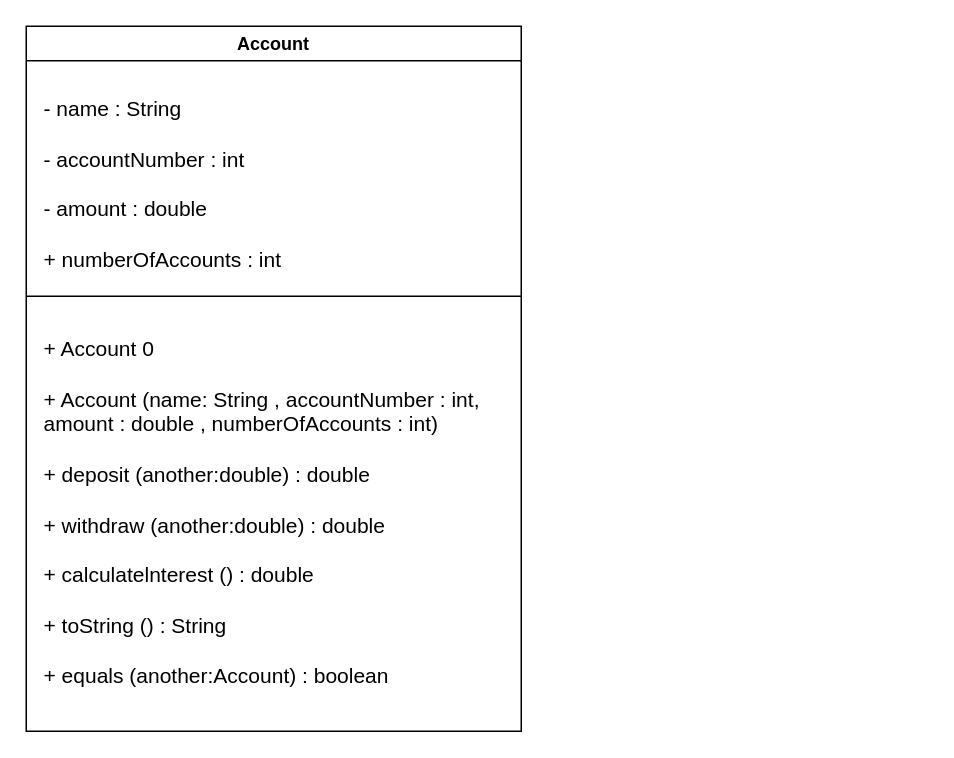
The draw.io diagram drawio/lab7.drawio in iAloudat/GitStart, before the edit. Source tidied: cells renumbered, new cells numbered last; positions are measured from the earlier drawing's top-left corner, leaving out a move shared by most shapes. Both pictures are drawn from the tidied source at 150%, with x=0, y=0 at pixel (26, 26).
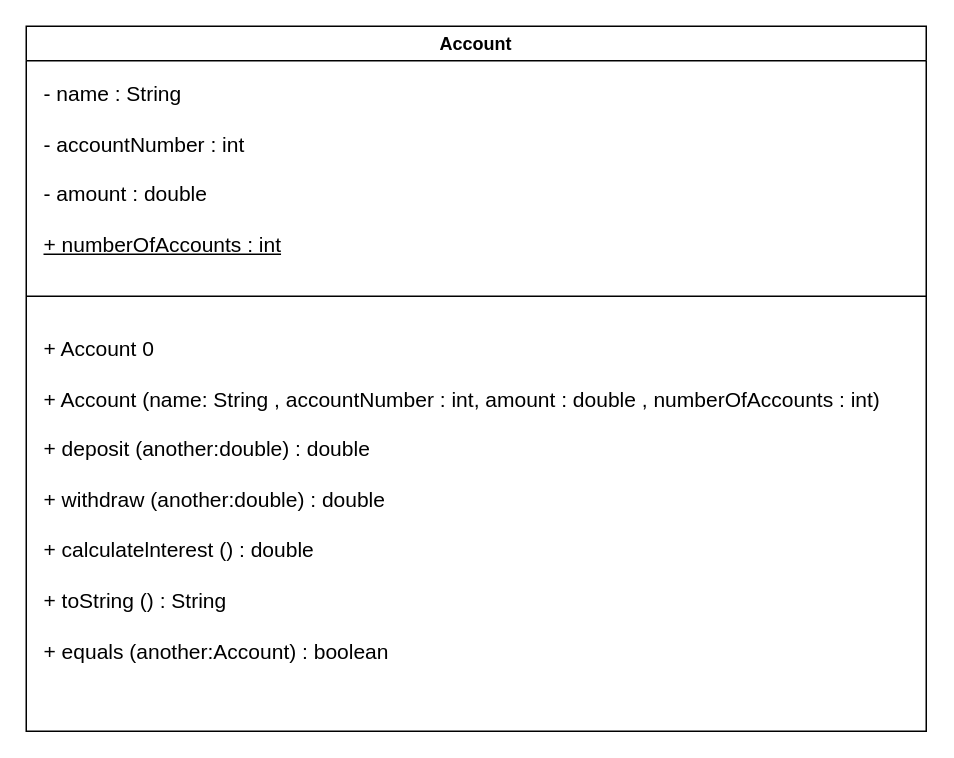
Above is the later version.

What changed in the source:
```diff
@@
 <mxGraphModel>
   <root>
     <mxCell id="0" />
     <mxCell id="1" parent="0" />
     <mxCell id="2" value="Account" style="swimlane;" parent="1" vertex="1">
-      <mxGeometry width="330" height="470" as="geometry" />
+      <mxGeometry width="600" height="470" as="geometry" />
     </mxCell>
-    <mxCell id="3" value="- name : String&lt;br&gt;&lt;br style=&quot;font-size: 14px;&quot;&gt;- accountNumber : int&lt;br&gt;&lt;br style=&quot;font-size: 14px;&quot;&gt;- amount : double&lt;br&gt;&lt;br style=&quot;font-size: 14px;&quot;&gt;+ numberOfAccounts : int" style="text;align=left;verticalAlign=top;strokeColor=none;fillColor=none;spacing=2;spacingTop=0;html=1;horizontal=1;fontSize=14;" parent="2" vertex="1">
-      <mxGeometry x="10" y="40" width="180" height="130" as="geometry" />
+    <mxCell id="3" value="- name : String&lt;br&gt;&lt;br style=&quot;font-size: 14px;&quot;&gt;- accountNumber : int&lt;br&gt;&lt;br style=&quot;font-size: 14px;&quot;&gt;- amount : double&lt;br&gt;&lt;br style=&quot;font-size: 14px;&quot;&gt;&lt;u&gt;+ numberOfAccounts : int&lt;/u&gt;" style="text;align=left;verticalAlign=top;strokeColor=none;fillColor=none;spacing=2;spacingTop=0;html=1;horizontal=1;fontSize=14;" parent="2" vertex="1">
+      <mxGeometry x="10" y="30" width="180" height="130" as="geometry" />
     </mxCell>
-    <mxCell id="4" value="&lt;div style=&quot;font-size: 14px;&quot;&gt;+ Account 0&lt;/div&gt;&lt;div style=&quot;font-size: 14px;&quot;&gt;&lt;br&gt;&lt;/div&gt;&lt;div style=&quot;font-size: 14px;&quot;&gt;+ Account (name: String , accountNumber : int,&lt;/div&gt;&lt;div style=&quot;font-size: 14px;&quot;&gt;amount : double , numberOfAccounts : int)&lt;/div&gt;&lt;div style=&quot;font-size: 14px;&quot;&gt;&lt;br&gt;&lt;/div&gt;&lt;div style=&quot;font-size: 14px;&quot;&gt;+ deposit (another:double) : double&lt;/div&gt;&lt;div style=&quot;font-size: 14px;&quot;&gt;&lt;br&gt;&lt;/div&gt;&lt;div style=&quot;font-size: 14px;&quot;&gt;+ withdraw (another:double) : double&lt;/div&gt;&lt;div style=&quot;font-size: 14px;&quot;&gt;&lt;br&gt;&lt;/div&gt;&lt;div style=&quot;font-size: 14px;&quot;&gt;+ calculatelnterest () : double&lt;/div&gt;&lt;div style=&quot;font-size: 14px;&quot;&gt;&lt;br&gt;&lt;/div&gt;&lt;div style=&quot;font-size: 14px;&quot;&gt;+ toString () : String&lt;/div&gt;&lt;div style=&quot;font-size: 14px;&quot;&gt;&lt;br&gt;&lt;/div&gt;&lt;div style=&quot;font-size: 14px;&quot;&gt;+ equals (another:Account) : boolean&lt;/div&gt;&lt;div style=&quot;font-size: 14px;&quot;&gt;&lt;br&gt;&lt;/div&gt;" style="text;html=1;align=left;verticalAlign=top;strokeColor=none;fillColor=none;fontSize=14;" parent="2" vertex="1">
-      <mxGeometry x="10" y="200" width="310" height="270" as="geometry" />
+    <mxCell id="4" value="&lt;div style=&quot;font-size: 14px;&quot;&gt;+ Account 0&lt;/div&gt;&lt;div style=&quot;font-size: 14px;&quot;&gt;&lt;br&gt;&lt;/div&gt;&lt;div style=&quot;font-size: 14px;&quot;&gt;+ Account (name: String , accountNumber : int,&amp;nbsp;&lt;span style=&quot;background-color: initial;&quot;&gt;amount : double , numberOfAccounts : int)&lt;/span&gt;&lt;/div&gt;&lt;div style=&quot;font-size: 14px;&quot;&gt;&lt;br&gt;&lt;/div&gt;&lt;div style=&quot;font-size: 14px;&quot;&gt;+ deposit (another:double) : double&lt;/div&gt;&lt;div style=&quot;font-size: 14px;&quot;&gt;&lt;br&gt;&lt;/div&gt;&lt;div style=&quot;font-size: 14px;&quot;&gt;+ withdraw (another:double) : double&lt;/div&gt;&lt;div style=&quot;font-size: 14px;&quot;&gt;&lt;br&gt;&lt;/div&gt;&lt;div style=&quot;font-size: 14px;&quot;&gt;+ calculatelnterest () : double&lt;/div&gt;&lt;div style=&quot;font-size: 14px;&quot;&gt;&lt;br&gt;&lt;/div&gt;&lt;div style=&quot;font-size: 14px;&quot;&gt;+ toString () : String&lt;/div&gt;&lt;div style=&quot;font-size: 14px;&quot;&gt;&lt;br&gt;&lt;/div&gt;&lt;div style=&quot;font-size: 14px;&quot;&gt;+ equals (another:Account) : boolean&lt;/div&gt;&lt;div style=&quot;font-size: 14px;&quot;&gt;&lt;br&gt;&lt;/div&gt;" style="text;html=1;align=left;verticalAlign=top;strokeColor=none;fillColor=none;fontSize=14;labelBackgroundColor=none;" parent="2" vertex="1">
+      <mxGeometry x="10" y="200" width="580" height="250" as="geometry" />
     </mxCell>
     <mxCell id="5" style="endArrow=none;html=1;rounded=0;fontSize=14;" parent="1" edge="1">
       <mxGeometry relative="1" as="geometry">
         <mxPoint y="180" as="sourcePoint" />
-        <mxPoint x="330" y="180" as="targetPoint" />
+        <mxPoint x="600" y="180" as="targetPoint" />
       </mxGeometry>
     </mxCell>
   </root>
 </mxGraphModel>
```
